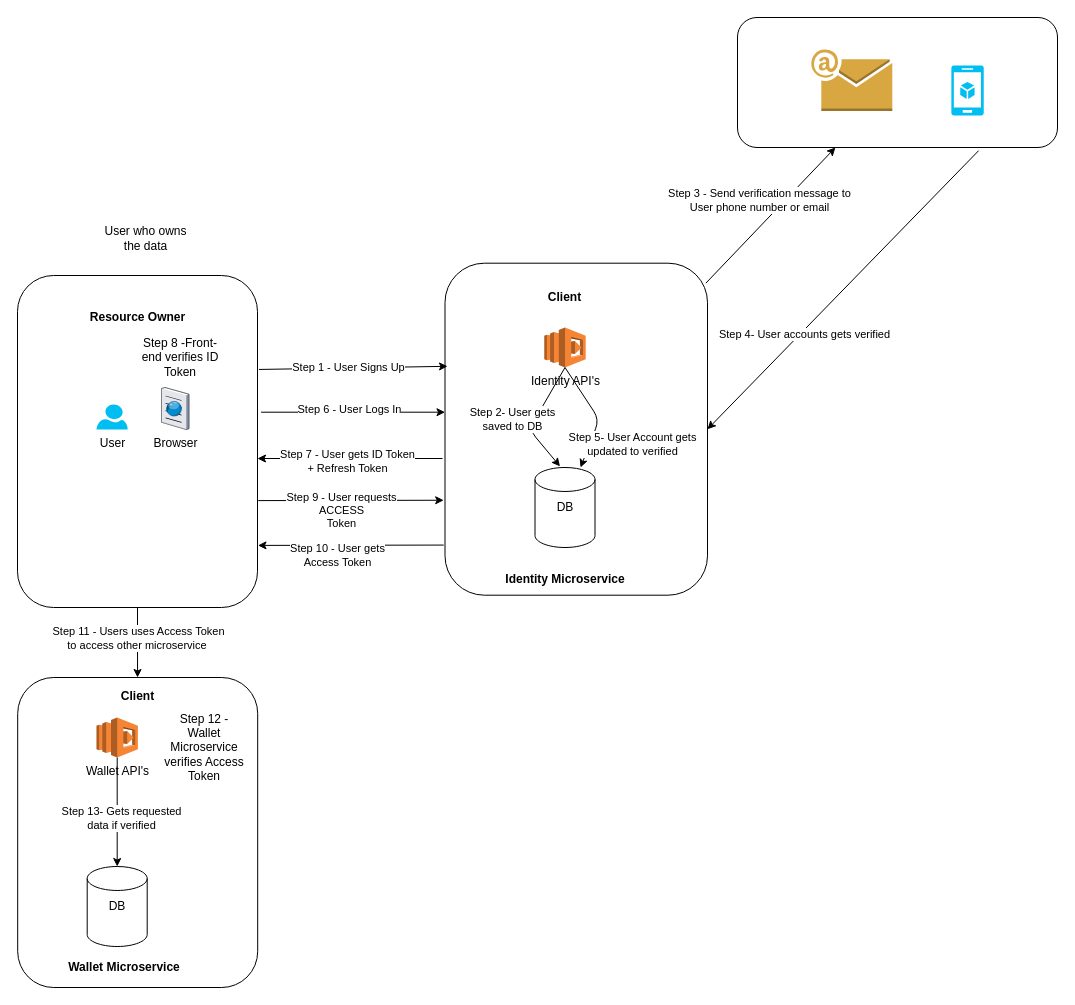
Above: docs/architecture/local signup-signin flows.drawio in bcx-exa/open-source_micro-backend-identity (draw.io), before the change. Source tidied: cells renumbered, new cells numbered last; positions are measured from the earlier drawing's top-left corner, leaving out a move shared by most shapes. Both pictures are drawn from the tidied source at 100%, with x=0, y=0 at pixel (17, 17).
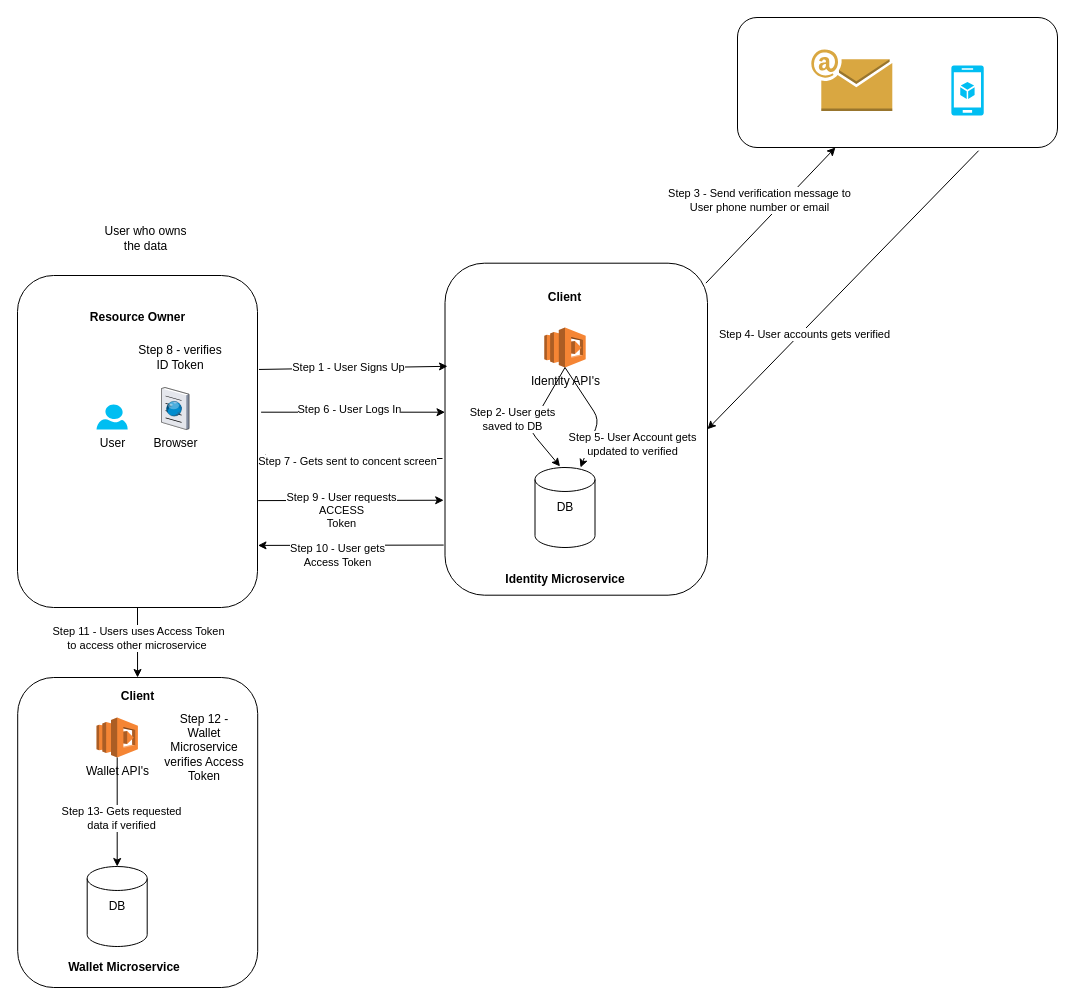
After the change.

The change refers to these unchanged cells:
```xml
<mxCell id="27" style="endArrow=classic;html=1;" parent="1" edge="1">
  <mxGeometry relative="1" as="geometry">
    <mxPoint x="425" y="441" as="sourcePoint" />
    <mxPoint x="240" y="441" as="targetPoint" />
  </mxGeometry>
</mxCell>
```

Change to the diagram source:
```diff
@@
-    <mxCell id="28" value="Step 7 - User gets ID Token &lt;br&gt;+ Refresh Token" style="edgeLabel;html=1;align=center;verticalAlign=middle;" parent="27" vertex="1">
+    <mxCell id="28" value="Step 7 - Gets sent to concent screen" style="edgeLabel;html=1;align=center;verticalAlign=middle;" parent="27" vertex="1">
       <mxGeometry x="-0.32" relative="1" as="geometry">
         <mxPoint x="-32.6" y="2.3" as="offset" />
       </mxGeometry>
     </mxCell>
-    <mxCell id="29" value="Step 8 -Front-end verifies ID Token" style="text;html=1;strokeColor=none;fillColor=none;align=center;verticalAlign=middle;whiteSpace=wrap;rounded=0;" parent="1" vertex="1">
+    <mxCell id="29" value="Step 8 - verifies ID Token" style="text;html=1;strokeColor=none;fillColor=none;align=center;verticalAlign=middle;whiteSpace=wrap;rounded=0;" parent="1" vertex="1">
       <mxGeometry x="120" y="330" width="86" height="20" as="geometry" />
     </mxCell>
```
